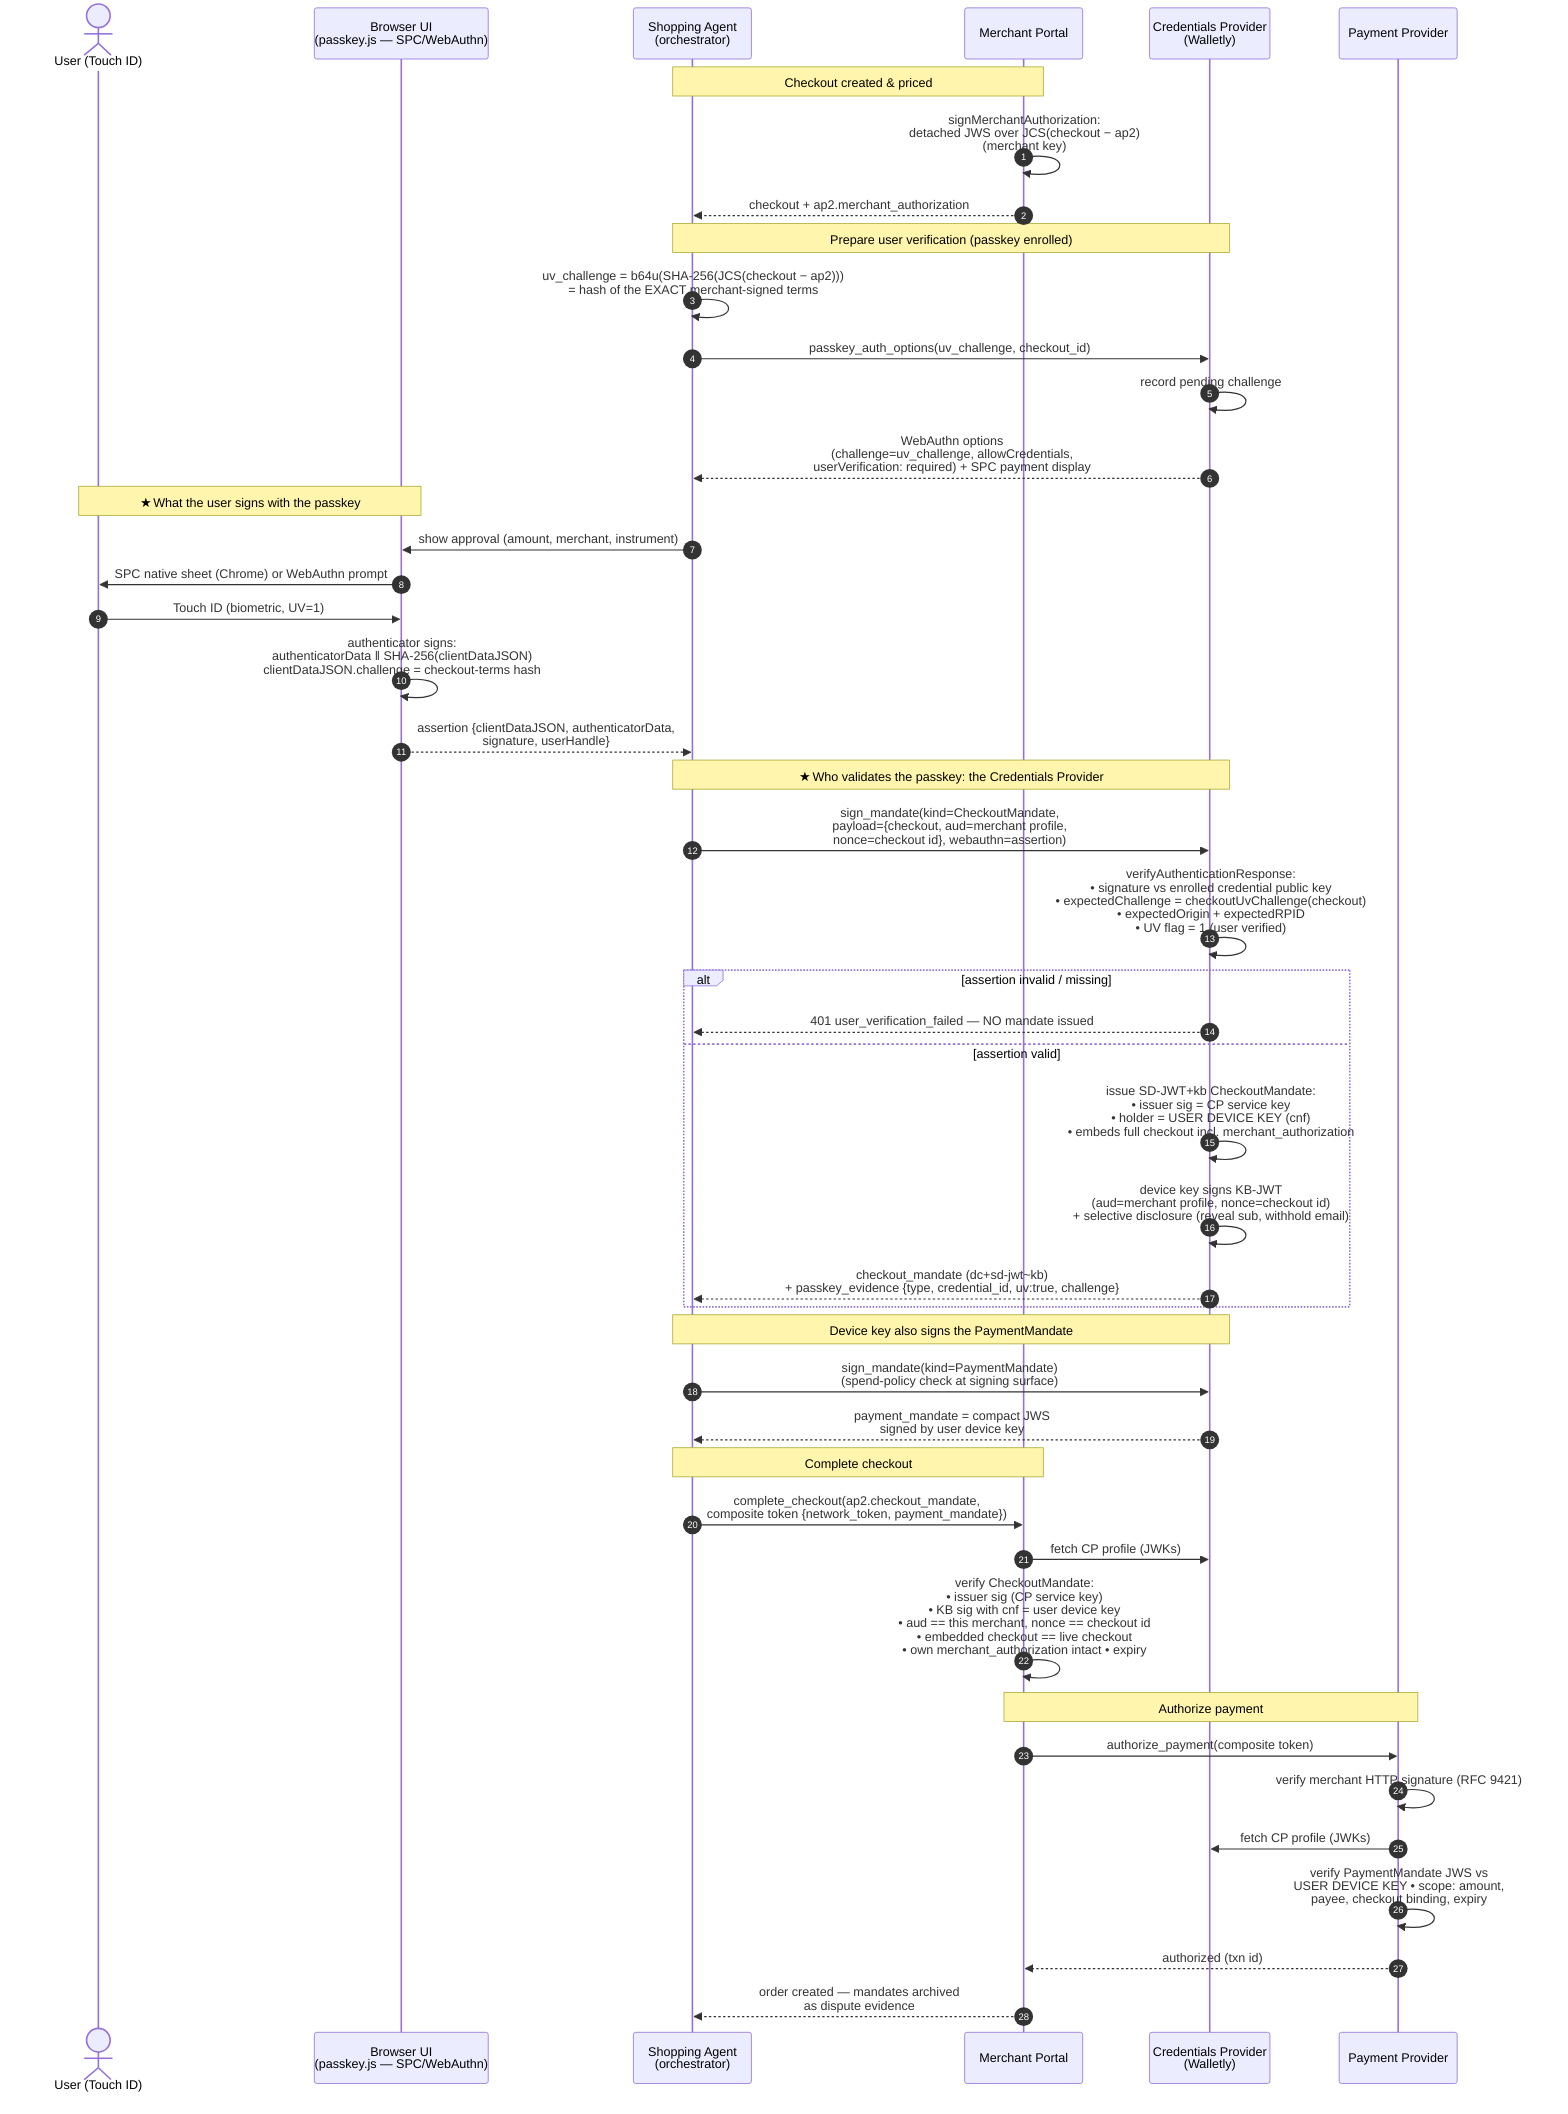
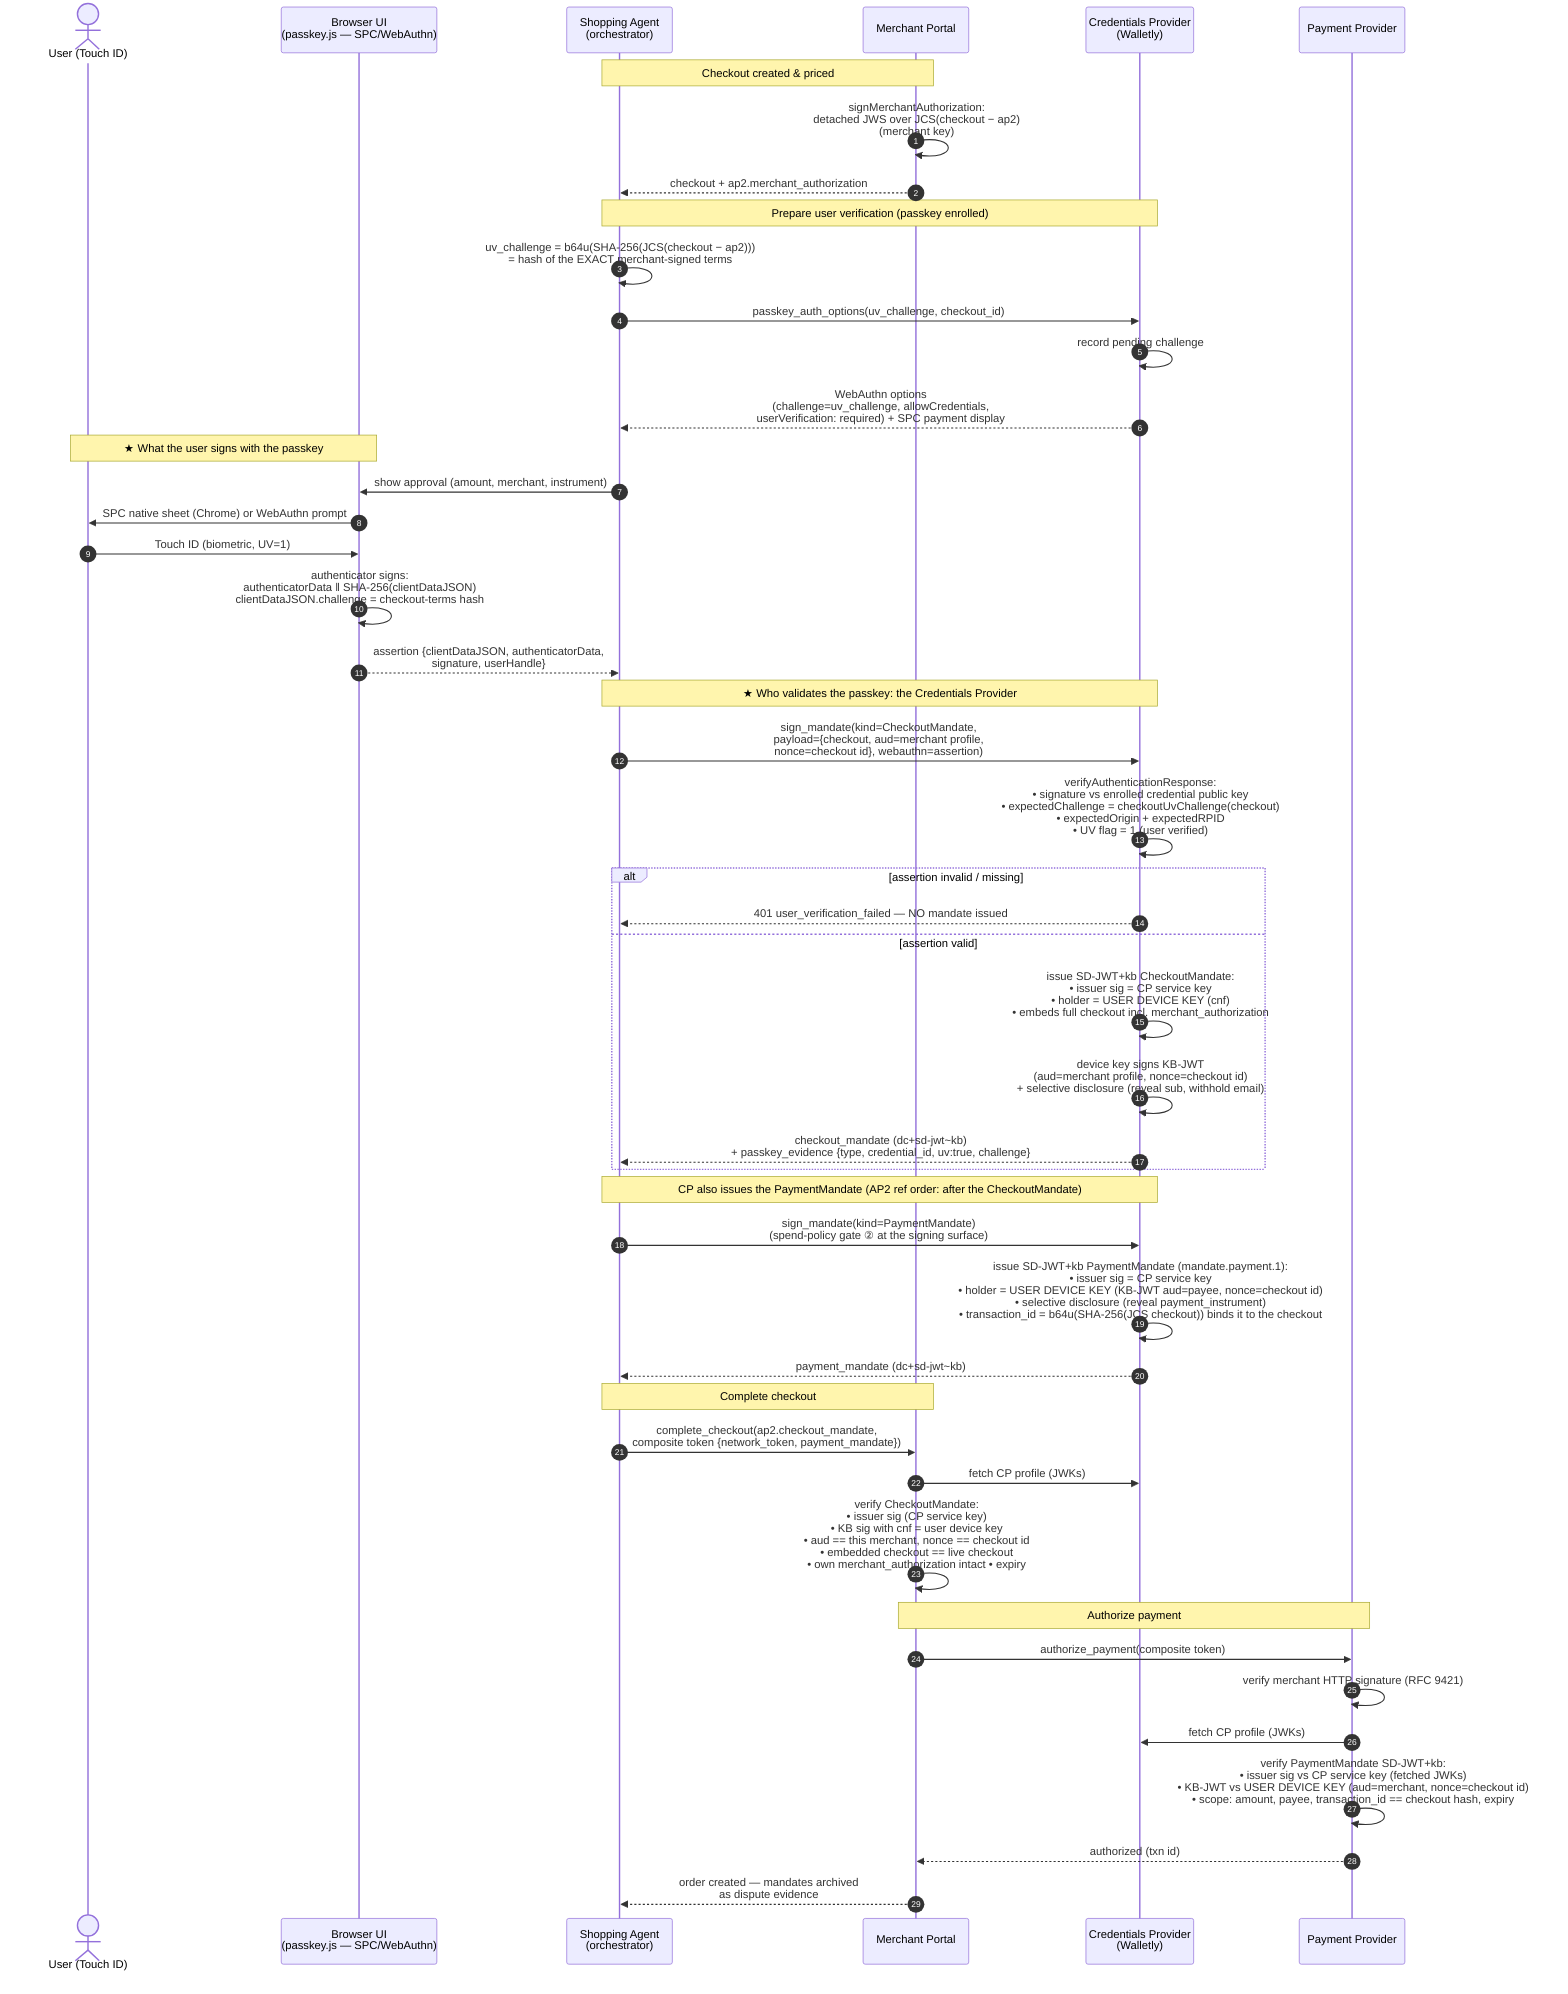
sequenceDiagram
    autonumber
    actor User as User (Touch ID)
    participant UI as Browser UI<br/>(passkey.js — SPC/WebAuthn)
    participant SA as Shopping Agent<br/>(orchestrator)
    participant M as Merchant Portal
    participant CP as Credentials Provider<br/>(Walletly)
    participant PSP as Payment Provider

    Note over M,SA: Checkout created & priced
    M->>M: signMerchantAuthorization:<br/>detached JWS over JCS(checkout − ap2)<br/>(merchant key)
    M-->>SA: checkout + ap2.merchant_authorization

    Note over SA,CP: Prepare user verification (passkey enrolled)
    SA->>SA: uv_challenge = b64u(SHA-256(JCS(checkout − ap2)))<br/>= hash of the EXACT merchant-signed terms
    SA->>CP: passkey_auth_options(uv_challenge, checkout_id)
    CP->>CP: record pending challenge
    CP-->>SA: WebAuthn options<br/>(challenge=uv_challenge, allowCredentials,<br/>userVerification: required) + SPC payment display

    Note over User,UI: ★ What the user signs with the passkey
    SA->>UI: show approval (amount, merchant, instrument)
    UI->>User: SPC native sheet (Chrome) or WebAuthn prompt
    User->>UI: Touch ID (biometric, UV=1)
    UI->>UI: authenticator signs:<br/>authenticatorData ‖ SHA-256(clientDataJSON)<br/>clientDataJSON.challenge = checkout-terms hash
    UI-->>SA: assertion {clientDataJSON, authenticatorData,<br/>signature, userHandle}

    Note over SA,CP: ★ Who validates the passkey: the Credentials Provider
    SA->>CP: sign_mandate(kind=CheckoutMandate,<br/>payload={checkout, aud=merchant profile,<br/>nonce=checkout id}, webauthn=assertion)
    CP->>CP: verifyAuthenticationResponse:<br/>• signature vs enrolled credential public key<br/>• expectedChallenge = checkoutUvChallenge(checkout)<br/>• expectedOrigin + expectedRPID<br/>• UV flag = 1 (user verified)
    alt assertion invalid / missing
        CP-->>SA: 401 user_verification_failed — NO mandate issued
    else assertion valid
        CP->>CP: issue SD-JWT+kb CheckoutMandate:<br/>• issuer sig = CP service key<br/>• holder = USER DEVICE KEY (cnf)<br/>• embeds full checkout incl. merchant_authorization
        CP->>CP: device key signs KB-JWT<br/>(aud=merchant profile, nonce=checkout id)<br/>+ selective disclosure (reveal sub, withhold email)
        CP-->>SA: checkout_mandate (dc+sd-jwt~kb)<br/>+ passkey_evidence {type, credential_id, uv:true, challenge}
    end

-     Note over SA,CP: Device key also signs the PaymentMandate
-     SA->>CP: sign_mandate(kind=PaymentMandate)<br/>(spend-policy check at signing surface)
-     CP-->>SA: payment_mandate = compact JWS<br/>signed by user device key
+     Note over SA,CP: CP also issues the PaymentMandate (AP2 ref order: after the CheckoutMandate)
+     SA->>CP: sign_mandate(kind=PaymentMandate)<br/>(spend-policy gate ② at the signing surface)
+     CP->>CP: issue SD-JWT+kb PaymentMandate (mandate.payment.1):<br/>• issuer sig = CP service key<br/>• holder = USER DEVICE KEY (KB-JWT aud=payee, nonce=checkout id)<br/>• selective disclosure (reveal payment_instrument)<br/>• transaction_id = b64u(SHA-256(JCS checkout)) binds it to the checkout
+     CP-->>SA: payment_mandate (dc+sd-jwt~kb)

    Note over SA,M: Complete checkout
    SA->>M: complete_checkout(ap2.checkout_mandate,<br/>composite token {network_token, payment_mandate})
    M->>CP: fetch CP profile (JWKs)
    M->>M: verify CheckoutMandate:<br/>• issuer sig (CP service key)<br/>• KB sig with cnf = user device key<br/>• aud == this merchant, nonce == checkout id<br/>• embedded checkout == live checkout<br/>• own merchant_authorization intact • expiry

    Note over M,PSP: Authorize payment
    M->>PSP: authorize_payment(composite token)
    PSP->>PSP: verify merchant HTTP signature (RFC 9421)
    PSP->>CP: fetch CP profile (JWKs)
-     PSP->>PSP: verify PaymentMandate JWS vs<br/>USER DEVICE KEY • scope: amount,<br/>payee, checkout binding, expiry
+     PSP->>PSP: verify PaymentMandate SD-JWT+kb:<br/>• issuer sig vs CP service key (fetched JWKs)<br/>• KB-JWT vs USER DEVICE KEY (aud=merchant, nonce=checkout id)<br/>• scope: amount, payee, transaction_id == checkout hash, expiry
    PSP-->>M: authorized (txn id)
    M-->>SA: order created — mandates archived<br/>as dispute evidence
